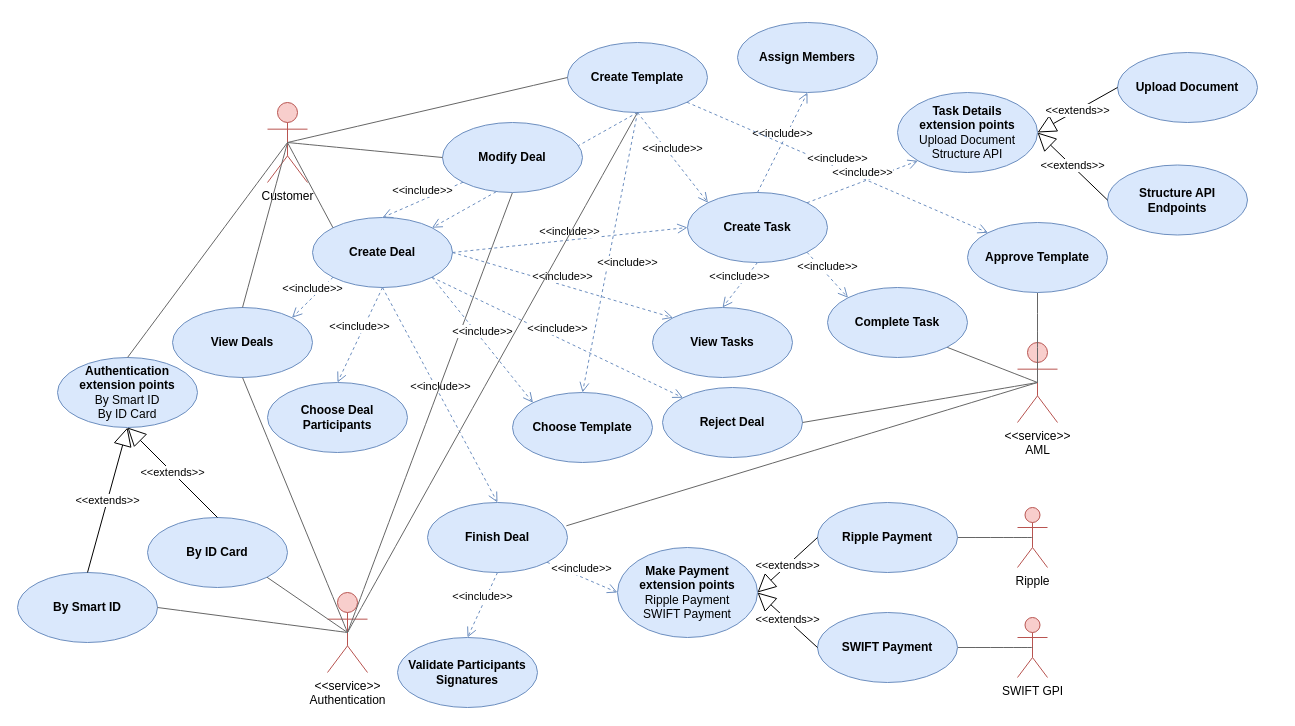
The draw.io diagram usecase.drawio in wonderbeak/draw.io, before the edit. Source tidied: cells renumbered, new cells numbered last; positions are measured from the earlier drawing's top-left corner, leaving out a move shared by most shapes. Both pictures are drawn from the tidied source at 100%, with x=0, y=0 at pixel (17, 22).
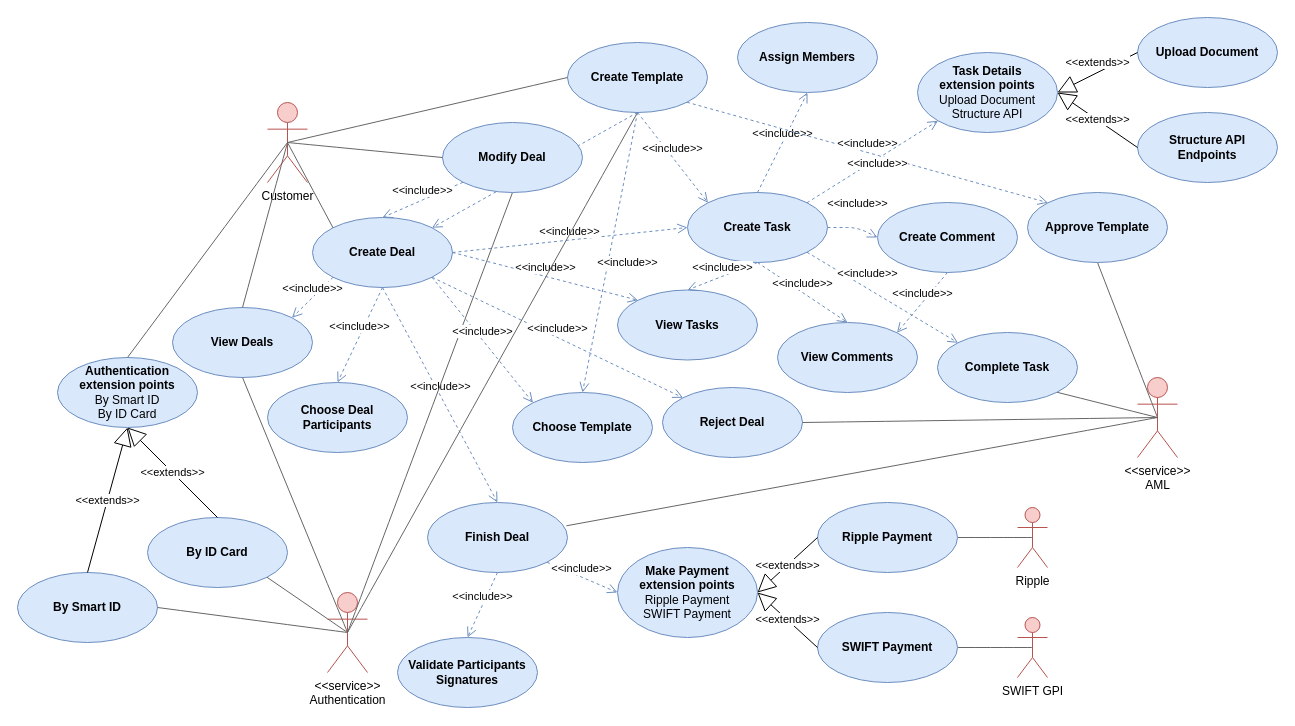
The same page after the edit.

Unchanged cells that the change refers to:
```xml
<mxCell id="22" value="Create Task" style="ellipse;whiteSpace=wrap;html=1;fillColor=#dae8fc;strokeColor=#6c8ebf;fontStyle=1;" parent="1" vertex="1">
  <mxGeometry x="670" y="170" width="140" height="70" as="geometry" />
</mxCell>
```

Change to the diagram source:
```diff
@@
     <mxCell id="10" value="&amp;lt;&amp;lt;service&amp;gt;&amp;gt;&lt;br&gt;AML&lt;br&gt;" style="shape=umlActor;verticalLabelPosition=bottom;labelBackgroundColor=#ffffff;verticalAlign=top;html=1;fillColor=#f8cecc;strokeColor=#b85450;" parent="1" vertex="1">
-      <mxGeometry x="1000" y="320" width="40" height="80" as="geometry" />
+      <mxGeometry x="1120" y="355" width="40" height="80" as="geometry" />
     </mxCell>
@@
     <mxCell id="24" value="View Tasks" style="ellipse;whiteSpace=wrap;html=1;fillColor=#dae8fc;strokeColor=#6c8ebf;fontStyle=1;" parent="1" vertex="1">
-      <mxGeometry x="635" y="285" width="140" height="70" as="geometry" />
+      <mxGeometry x="600" y="267.5" width="140" height="70" as="geometry" />
     </mxCell>
@@
     <mxCell id="47" value="Approve Template" style="ellipse;whiteSpace=wrap;html=1;fillColor=#dae8fc;strokeColor=#6c8ebf;fontStyle=1;" parent="1" vertex="1">
-      <mxGeometry x="950" y="200" width="140" height="70" as="geometry" />
+      <mxGeometry x="1010" y="170" width="140" height="70" as="geometry" />
     </mxCell>
@@
     <mxCell id="49" value="Complete Task" style="ellipse;whiteSpace=wrap;html=1;shadow=0;fillColor=#dae8fc;strokeColor=#6c8ebf;fontStyle=1;" parent="1" vertex="1">
-      <mxGeometry x="810" y="265" width="140" height="70" as="geometry" />
+      <mxGeometry x="920" y="310" width="140" height="70" as="geometry" />
     </mxCell>
     <mxCell id="50" value="&amp;lt;&amp;lt;include&amp;gt;&amp;gt;" style="html=1;verticalAlign=bottom;endArrow=open;dashed=1;endSize=8;exitX=1;exitY=1;exitDx=0;exitDy=0;entryX=0;entryY=0;entryDx=0;entryDy=0;fillColor=#dae8fc;strokeColor=#6c8ebf;" parent="1" edge="1" source="22" target="49">
-      <mxGeometry relative="1" as="geometry" />
+      <mxGeometry x="-0.23" y="5" relative="1" as="geometry" />
     </mxCell>
     <mxCell id="51" value="Task Details&lt;br&gt;extension points&lt;br&gt;&lt;span style=&quot;font-weight: normal&quot;&gt;Upload Document&lt;br&gt;Structure A&lt;/span&gt;&lt;span style=&quot;font-weight: normal&quot;&gt;PI&lt;/span&gt;&lt;br&gt;" style="ellipse;whiteSpace=wrap;html=1;shadow=0;fillColor=#dae8fc;strokeColor=#6c8ebf;fontStyle=1;" parent="1" vertex="1">
-      <mxGeometry x="880" y="70" width="140" height="80" as="geometry" />
+      <mxGeometry x="900" y="30" width="140" height="80" as="geometry" />
     </mxCell>
     <mxCell id="52" value="&amp;lt;&amp;lt;include&amp;gt;&amp;gt;" style="html=1;verticalAlign=bottom;endArrow=open;dashed=1;endSize=8;exitX=1;exitY=0;exitDx=0;exitDy=0;entryX=0;entryY=1;entryDx=0;entryDy=0;fillColor=#dae8fc;strokeColor=#6c8ebf;" parent="1" edge="1" source="22" target="51">
-      <mxGeometry relative="1" as="geometry" />
+      <mxGeometry x="-0.02" y="-12" relative="1" as="geometry" />
     </mxCell>
     <mxCell id="53" value="Structure API Endpoints" style="ellipse;whiteSpace=wrap;html=1;shadow=0;fillColor=#dae8fc;strokeColor=#6c8ebf;fontStyle=1;" parent="1" vertex="1">
-      <mxGeometry x="1090" y="142.5" width="140" height="70" as="geometry" />
+      <mxGeometry x="1120" y="90" width="140" height="70" as="geometry" />
     </mxCell>
     <mxCell id="54" value="Upload Document" style="ellipse;whiteSpace=wrap;html=1;shadow=0;fillColor=#dae8fc;strokeColor=#6c8ebf;fontStyle=1;" parent="1" vertex="1">
-      <mxGeometry x="1100" y="30" width="140" height="70" as="geometry" />
+      <mxGeometry x="1120" y="-5" width="140" height="70" as="geometry" />
     </mxCell>
@@
     <mxCell id="63" value="&amp;lt;&amp;lt;extends&amp;gt;&amp;gt;" style="endArrow=block;endSize=16;endFill=0;html=1;entryX=1;entryY=0.5;entryDx=0;entryDy=0;exitX=0;exitY=0.5;exitDx=0;exitDy=0;" parent="1" edge="1" source="54" target="51">
-      <mxGeometry relative="1" as="geometry" />
+      <mxGeometry x="-0.1" y="-9" relative="1" as="geometry" />
     </mxCell>
@@
+    <mxCell id="70" value="Create Comment" style="ellipse;whiteSpace=wrap;html=1;shadow=0;fillColor=#dae8fc;strokeColor=#6c8ebf;fontStyle=1;" parent="1" vertex="1">
+      <mxGeometry x="860" y="180" width="140" height="70" as="geometry" />
+    </mxCell>
+    <mxCell id="71" value="&amp;lt;&amp;lt;include&amp;gt;&amp;gt;" style="html=1;verticalAlign=bottom;endArrow=open;dashed=1;endSize=8;exitX=1;exitY=0.5;exitDx=0;exitDy=0;entryX=0;entryY=0.5;entryDx=0;entryDy=0;fillColor=#dae8fc;strokeColor=#6c8ebf;" parent="1" edge="1" source="22" target="70">
+      <mxGeometry x="0.15" y="15" relative="1" as="geometry">
+        <Array as="points">
+          <mxPoint x="840" y="205" />
+        </Array>
+        <mxPoint x="-7" y="-2" as="offset" />
+      </mxGeometry>
+    </mxCell>
+    <mxCell id="72" value="View Comments" style="ellipse;whiteSpace=wrap;html=1;shadow=0;fillColor=#dae8fc;strokeColor=#6c8ebf;fontStyle=1;" parent="1" vertex="1">
+      <mxGeometry x="760" y="300" width="140" height="70" as="geometry" />
+    </mxCell>
+    <mxCell id="73" value="&amp;lt;&amp;lt;include&amp;gt;&amp;gt;" style="html=1;verticalAlign=bottom;endArrow=open;dashed=1;endSize=8;exitX=0.5;exitY=1;exitDx=0;exitDy=0;fillColor=#dae8fc;strokeColor=#6c8ebf;entryX=0.5;entryY=0;entryDx=0;entryDy=0;" parent="1" edge="1" source="22" target="72">
+      <mxGeometry relative="1" as="geometry" />
+    </mxCell>
+    <mxCell id="74" value="&amp;lt;&amp;lt;include&amp;gt;&amp;gt;" style="html=1;verticalAlign=bottom;endArrow=open;dashed=1;endSize=8;exitX=0.5;exitY=1;exitDx=0;exitDy=0;entryX=1;entryY=0;entryDx=0;entryDy=0;fillColor=#dae8fc;strokeColor=#6c8ebf;" parent="1" edge="1" source="70" target="72">
+      <mxGeometry relative="1" as="geometry" />
+    </mxCell>
```
